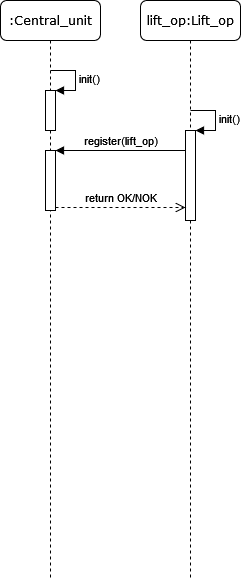
This is doc/diagrams/png/Lift op register.png from AUT-Hard-Ski-Paradise/.github, a draw.io export, as it was before one commit. Source tidied: cells renumbered, new cells last; positions are measured from the earlier drawing's top-left corner, leaving out a move shared by most shapes.
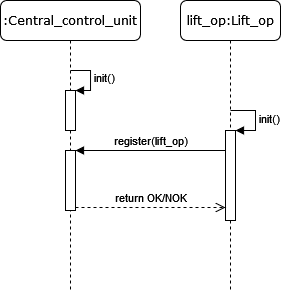
After the change.

Change to the diagram source:
```diff
@@ -3,7 +3,7 @@
     <mxCell id="0" />
     <mxCell id="1" parent="0" />
     <mxCell id="2" value="lift_op:Lift_op" style="shape=umlLifeline;perimeter=lifelinePerimeter;whiteSpace=wrap;html=1;rounded=1;shadow=0;comic=0;labelBackgroundColor=none;strokeWidth=1;fontFamily=Verdana;fontSize=12;align=center;" parent="1" vertex="1">
-      <mxGeometry x="140" width="100" height="580" as="geometry" />
+      <mxGeometry x="140" width="100" height="290" as="geometry" />
     </mxCell>
     <mxCell id="3" style="html=1;points=[];perimeter=orthogonalPerimeter;" parent="2" vertex="1">
       <mxGeometry x="45" y="130" width="10" height="90" as="geometry" />
@@ -16,22 +16,23 @@
         </Array>
       </mxGeometry>
     </mxCell>
-    <mxCell id="5" value=":Central_unit" style="shape=umlLifeline;perimeter=lifelinePerimeter;whiteSpace=wrap;html=1;rounded=1;shadow=0;comic=0;labelBackgroundColor=none;strokeWidth=1;fontFamily=Verdana;fontSize=12;align=center;" parent="1" vertex="1">
-      <mxGeometry width="100" height="580" as="geometry" />
+    <mxCell id="5" value=":Central_control_unit" style="shape=umlLifeline;perimeter=lifelinePerimeter;whiteSpace=wrap;html=1;rounded=1;shadow=0;comic=0;labelBackgroundColor=none;strokeWidth=1;fontFamily=Verdana;fontSize=12;align=center;" parent="1" vertex="1">
+      <mxGeometry x="-40" width="140" height="290" as="geometry" />
     </mxCell>
     <mxCell id="6" style="html=1;points=[];perimeter=orthogonalPerimeter;" parent="5" vertex="1">
-      <mxGeometry x="45" y="90" width="10" height="40" as="geometry" />
+      <mxGeometry x="65" y="90" width="10" height="40" as="geometry" />
     </mxCell>
     <mxCell id="7" value="init()" style="edgeStyle=orthogonalEdgeStyle;html=1;align=left;spacingLeft=2;endArrow=block;rounded=0;entryX=1;entryY=0;" parent="5" edge="1" target="6">
       <mxGeometry relative="1" as="geometry">
-        <mxPoint x="50" y="70" as="sourcePoint" />
+        <mxPoint x="70" y="70" as="sourcePoint" />
         <Array as="points">
-          <mxPoint x="75" y="70" />
+          <mxPoint x="90" y="70" />
+          <mxPoint x="90" y="90" />
         </Array>
       </mxGeometry>
     </mxCell>
     <mxCell id="8" style="html=1;points=[];perimeter=orthogonalPerimeter;" parent="5" vertex="1">
-      <mxGeometry x="45" y="150" width="10" height="60" as="geometry" />
+      <mxGeometry x="65" y="150" width="10" height="60" as="geometry" />
     </mxCell>
     <mxCell id="9" value="register(lift_op)" style="html=1;verticalAlign=bottom;endArrow=block;entryX=1;entryY=0;rounded=0;" parent="1" edge="1" source="3" target="8">
       <mxGeometry relative="1" as="geometry" />
```
